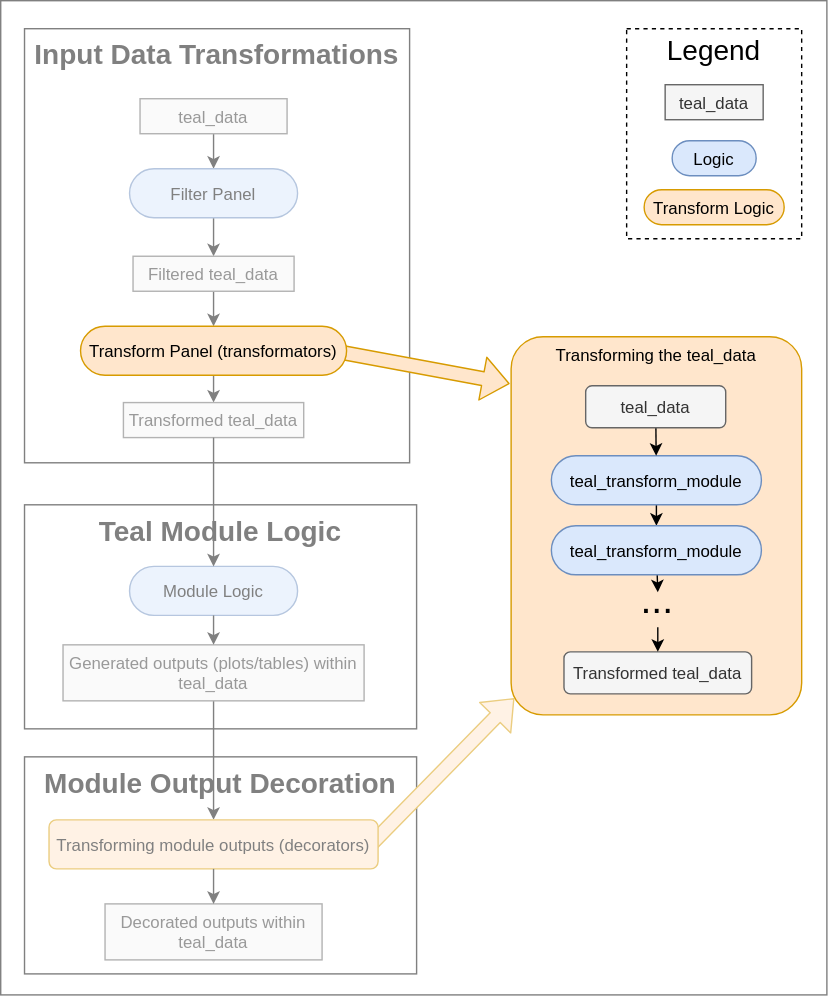
Before: vignettes/images/teal-transform-module-transformators.svg, a diagram exported from draw.io (insightsengineering/teal). Source tidied: cells renumbered, new cells last; positions are measured from the earlier drawing's top-left corner, leaving out a move shared by most shapes. The source it was exported from:
```xml
<mxGraphModel>
  <root>
    <mxCell id="0" />
    <mxCell id="1" parent="0" />
    <mxCell id="2" value="&lt;span style=&quot;font-weight: 700; font-size: 20px;&quot;&gt;Input Data Transformations&lt;/span&gt;" style="rounded=0;whiteSpace=wrap;html=1;verticalAlign=top;fontSize=20;" parent="1" vertex="1">
      <mxGeometry x="17" y="20" width="275" height="310" as="geometry" />
    </mxCell>
    <mxCell id="3" value="&lt;span style=&quot;font-weight: 700; font-size: 20px;&quot;&gt;Module Output Decoration&lt;/span&gt;" style="rounded=0;whiteSpace=wrap;html=1;verticalAlign=top;fontSize=20;" parent="1" vertex="1">
      <mxGeometry x="17" y="540" width="280" height="155" as="geometry" />
    </mxCell>
    <mxCell id="4" style="shape=flexArrow;endArrow=classic;html=1;strokeColor=#d79b00;fontSize=20;fillColor=#ffe6cc;entryX=0.011;entryY=0.956;entryDx=0;entryDy=0;entryPerimeter=0;" parent="1" edge="1" target="25">
      <mxGeometry relative="1" as="geometry">
        <mxPoint x="259.7" y="607.4" as="sourcePoint" />
      </mxGeometry>
    </mxCell>
    <mxCell id="5" value="&lt;span style=&quot;font-weight: 700; font-size: 20px;&quot;&gt;Teal Module Logic&lt;/span&gt;" style="rounded=0;whiteSpace=wrap;html=1;verticalAlign=top;fontSize=20;" parent="1" vertex="1">
      <mxGeometry x="17" y="360" width="280" height="160" as="geometry" />
    </mxCell>
    <mxCell id="6" style="endArrow=classic;html=1;" parent="1" edge="1" source="11" target="12">
      <mxGeometry relative="1" as="geometry" />
    </mxCell>
    <mxCell id="7" style="endArrow=classic;html=1;" parent="1" edge="1" source="12" target="13">
      <mxGeometry relative="1" as="geometry" />
    </mxCell>
    <mxCell id="8" style="endArrow=classic;html=1;" parent="1" edge="1" source="13">
      <mxGeometry relative="1" as="geometry">
        <mxPoint x="152" y="232.5" as="targetPoint" />
      </mxGeometry>
    </mxCell>
    <mxCell id="9" style="endArrow=classic;html=1;" parent="1" edge="1" target="20">
      <mxGeometry relative="1" as="geometry">
        <mxPoint x="152" y="267.5" as="sourcePoint" />
      </mxGeometry>
    </mxCell>
    <mxCell id="10" style="endArrow=classic;html=1;" parent="1" edge="1" source="15" target="17">
      <mxGeometry relative="1" as="geometry" />
    </mxCell>
    <mxCell id="11" value="teal_data" style="rounded=1;fillColor=#f5f5f5;strokeColor=#666666;fontColor=#333333;arcSize=0;" parent="1" vertex="1">
      <mxGeometry x="99.5" y="70" width="105" height="25" as="geometry" />
    </mxCell>
    <mxCell id="12" value="Filter Panel" style="rounded=1;fillColor=#dae8fc;strokeColor=#6c8ebf;glass=0;arcSize=50;" parent="1" vertex="1">
      <mxGeometry x="92" y="120" width="120" height="35" as="geometry" />
    </mxCell>
    <mxCell id="13" value="Filtered teal_data" style="rounded=1;fillColor=#f5f5f5;strokeColor=#666666;fontColor=#333333;arcSize=0;" parent="1" vertex="1">
      <mxGeometry x="94.5" y="182.5" width="115" height="25" as="geometry" />
    </mxCell>
    <mxCell id="14" value="Module Logic" style="rounded=1;fillColor=#dae8fc;strokeColor=#6c8ebf;arcSize=50;" parent="1" vertex="1">
      <mxGeometry x="92" y="404" width="120" height="35" as="geometry" />
    </mxCell>
    <mxCell id="15" value="Generated outputs (plots/tables) within&#10;teal_data" style="rounded=1;fillColor=#f5f5f5;strokeColor=#666666;fontColor=#333333;arcSize=0;" parent="1" vertex="1">
      <mxGeometry x="44.5" y="460" width="215" height="40" as="geometry" />
    </mxCell>
    <mxCell id="16" style="endArrow=classic;html=1;" parent="1" edge="1" source="14" target="15">
      <mxGeometry relative="1" as="geometry" />
    </mxCell>
    <mxCell id="17" value="Transforming module outputs (decorators)" style="rounded=1;fillColor=#ffe6cc;strokeColor=#d79b00;" parent="1" vertex="1">
      <mxGeometry x="34.5" y="585" width="235" height="35" as="geometry" />
    </mxCell>
    <mxCell id="18" value="Decorated outputs within&#10;teal_data" style="rounded=1;fillColor=#f5f5f5;strokeColor=#666666;fontColor=#333333;arcSize=0;" parent="1" vertex="1">
      <mxGeometry x="74.5" y="645" width="155" height="40" as="geometry" />
    </mxCell>
    <mxCell id="19" style="endArrow=classic;html=1;" parent="1" edge="1" source="17" target="18">
      <mxGeometry relative="1" as="geometry" />
    </mxCell>
    <mxCell id="20" value="Transformed teal_data" style="rounded=1;fillColor=#f5f5f5;strokeColor=#666666;fontColor=#333333;arcSize=0;" parent="1" vertex="1">
      <mxGeometry x="87.6" y="287" width="128.8" height="25" as="geometry" />
    </mxCell>
    <mxCell id="21" style="edgeStyle=none;html=1;" parent="1" edge="1" source="20" target="14">
      <mxGeometry relative="1" as="geometry" />
    </mxCell>
    <mxCell id="22" style="rounded=0;whiteSpace=wrap;html=1;fillColor=#FFFFFF;opacity=50;" parent="1" vertex="1">
      <mxGeometry width="590" height="710" as="geometry" />
    </mxCell>
    <mxCell id="23" style="shape=flexArrow;endArrow=classic;html=1;strokeColor=#d79b00;fontSize=20;fillColor=#ffe6cc;entryX=-0.005;entryY=0.124;entryDx=0;entryDy=0;entryPerimeter=0;" parent="1" edge="1" target="25">
      <mxGeometry relative="1" as="geometry">
        <mxPoint x="237" y="250" as="sourcePoint" />
      </mxGeometry>
    </mxCell>
    <mxCell id="24" value="Transform Panel (transformators)" style="rounded=1;fillColor=#ffe6cc;strokeColor=#d79b00;arcSize=50;" parent="1" vertex="1">
      <mxGeometry x="57" y="232.5" width="190" height="35" as="geometry" />
    </mxCell>
    <mxCell id="25" value="Transforming the teal_data" style="rounded=1;fillColor=#ffe6cc;strokeColor=#d79b00;arcSize=11;verticalAlign=top;" parent="1" vertex="1">
      <mxGeometry x="364.5" y="240" width="207.5" height="270" as="geometry" />
    </mxCell>
    <mxCell id="26" style="edgeStyle=none;html=1;strokeColor=#000000;fontSize=28;" parent="1" edge="1" source="27" target="31">
      <mxGeometry relative="1" as="geometry" />
    </mxCell>
    <mxCell id="27" value="teal_transform_module" style="rounded=1;fillColor=#dae8fc;strokeColor=#6c8ebf;glass=0;arcSize=50;" parent="1" vertex="1">
      <mxGeometry x="393.2" y="325" width="150" height="35" as="geometry" />
    </mxCell>
    <mxCell id="28" style="edgeStyle=none;html=1;strokeColor=#000000;fontSize=28;" parent="1" edge="1" source="29" target="27">
      <mxGeometry relative="1" as="geometry" />
    </mxCell>
    <mxCell id="29" value="teal_data" style="rounded=1;fillColor=#f5f5f5;strokeColor=#666666;fontColor=#333333;" parent="1" vertex="1">
      <mxGeometry x="417.8" y="275" width="100" height="30" as="geometry" />
    </mxCell>
    <mxCell id="30" style="edgeStyle=none;html=1;entryX=0.5;entryY=0;entryDx=0;entryDy=0;strokeColor=#000000;fontSize=28;" parent="1" edge="1" source="31" target="34">
      <mxGeometry relative="1" as="geometry" />
    </mxCell>
    <mxCell id="31" value="teal_transform_module" style="rounded=1;fillColor=#dae8fc;strokeColor=#6c8ebf;glass=0;arcSize=50;" parent="1" vertex="1">
      <mxGeometry x="393.2" y="375" width="150" height="35" as="geometry" />
    </mxCell>
    <mxCell id="32" value="Transformed teal_data" style="rounded=1;fillColor=#f5f5f5;strokeColor=#666666;fontColor=#333333;" parent="1" vertex="1">
      <mxGeometry x="402.2" y="465" width="134" height="30" as="geometry" />
    </mxCell>
    <mxCell id="33" style="edgeStyle=none;html=1;strokeColor=#000000;fontSize=28;" parent="1" edge="1" source="34" target="32">
      <mxGeometry relative="1" as="geometry" />
    </mxCell>
    <mxCell id="34" value="..." style="text;html=1;strokeColor=none;fillColor=none;align=center;verticalAlign=bottom;whiteSpace=wrap;rounded=0;fontSize=28;" parent="1" vertex="1">
      <mxGeometry x="439.2" y="422.5" width="60" height="25" as="geometry" />
    </mxCell>
    <mxCell id="35" style="rounded=0;whiteSpace=wrap;html=1;fontSize=28;dashed=1;" parent="1" vertex="1">
      <mxGeometry x="447" y="20" width="125" height="150" as="geometry" />
    </mxCell>
    <mxCell id="36" value="Logic" style="rounded=1;fillColor=#dae8fc;strokeColor=#6c8ebf;glass=0;arcSize=50;" parent="1" vertex="1">
      <mxGeometry x="479.5" y="100" width="60" height="25" as="geometry" />
    </mxCell>
    <mxCell id="37" value="teal_data" style="rounded=1;fillColor=#f5f5f5;strokeColor=#666666;fontColor=#333333;arcSize=0;" parent="1" vertex="1">
      <mxGeometry x="474.5" y="60" width="70" height="25" as="geometry" />
    </mxCell>
    <mxCell id="38" value="Transform Logic" style="rounded=1;fillColor=#ffe6cc;strokeColor=#d79b00;arcSize=50;" parent="1" vertex="1">
      <mxGeometry x="459.5" y="135" width="100" height="25" as="geometry" />
    </mxCell>
    <mxCell id="39" value="Legend" style="text;html=1;strokeColor=none;fillColor=none;align=center;verticalAlign=middle;whiteSpace=wrap;rounded=0;fontSize=20;" parent="1" vertex="1">
      <mxGeometry x="457" y="20" width="105" height="30" as="geometry" />
    </mxCell>
  </root>
</mxGraphModel>
```
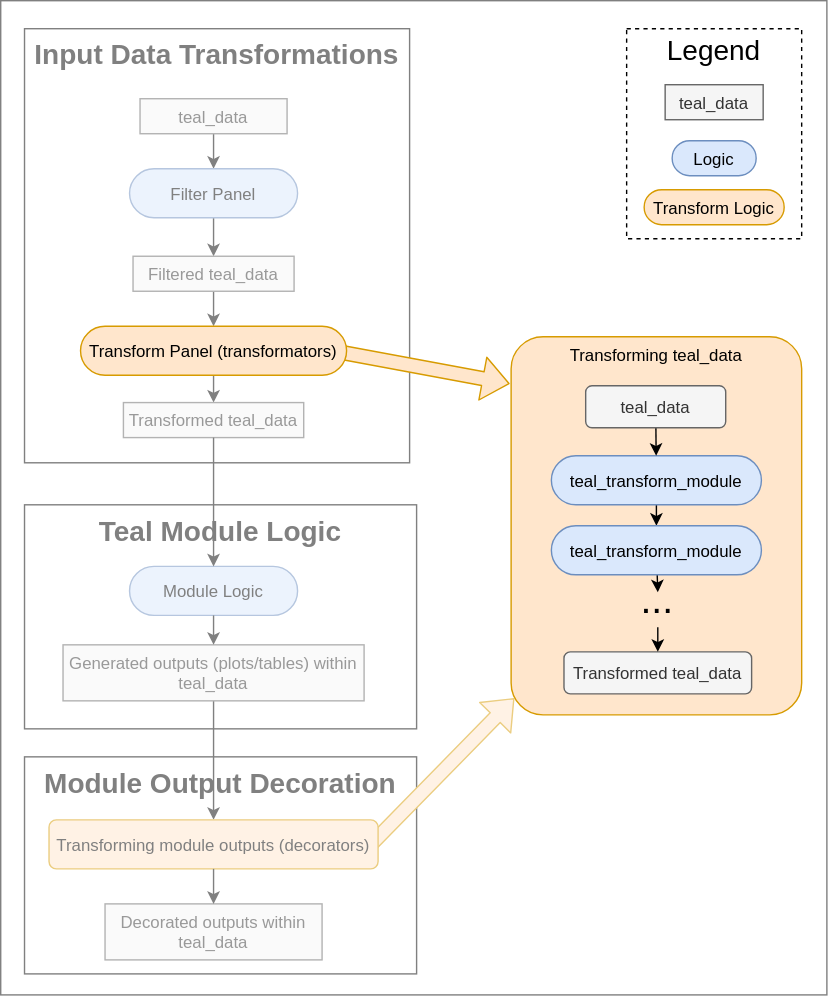
After the change.

What changed in the source:
```diff
@@ -79,7 +79,7 @@
     <mxCell id="24" value="Transform Panel (transformators)" style="rounded=1;fillColor=#ffe6cc;strokeColor=#d79b00;arcSize=50;" parent="1" vertex="1">
       <mxGeometry x="57" y="232.5" width="190" height="35" as="geometry" />
     </mxCell>
-    <mxCell id="25" value="Transforming the teal_data" style="rounded=1;fillColor=#ffe6cc;strokeColor=#d79b00;arcSize=11;verticalAlign=top;" parent="1" vertex="1">
+    <mxCell id="25" value="Transforming teal_data" style="rounded=1;fillColor=#ffe6cc;strokeColor=#d79b00;arcSize=11;verticalAlign=top;" parent="1" vertex="1">
       <mxGeometry x="364.5" y="240" width="207.5" height="270" as="geometry" />
     </mxCell>
     <mxCell id="26" style="edgeStyle=none;html=1;strokeColor=#000000;fontSize=28;" parent="1" edge="1" source="27" target="31">
```
